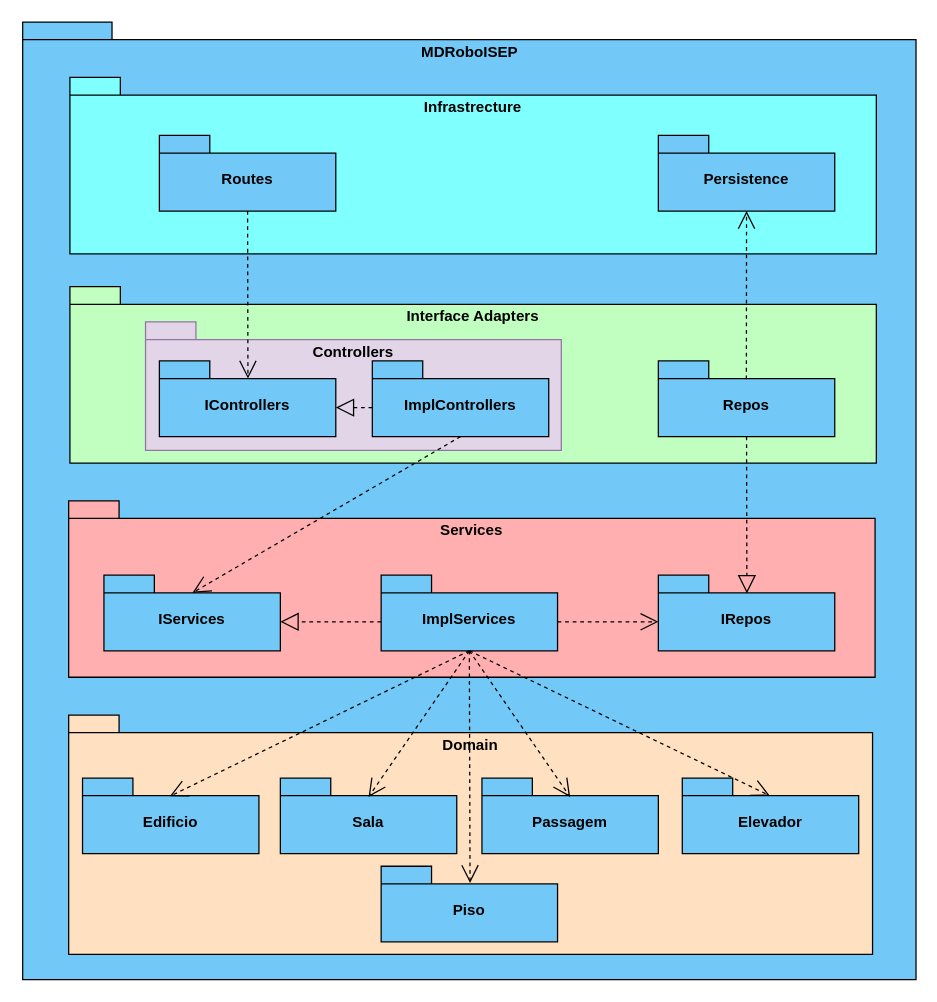
SEM5PI2324G58/sem5pi_g58_23_24 keeps this draw.io diagram as docs/Sprint_A/US_230/N3/VI.drawio. Above is the earlier version. Source tidied: cells renumbered, new cells numbered last; positions are measured from the earlier drawing's top-left corner, leaving out a move shared by most shapes. Both pictures are drawn from the tidied source at 126%, with x=0, y=0 at pixel (21, 21).
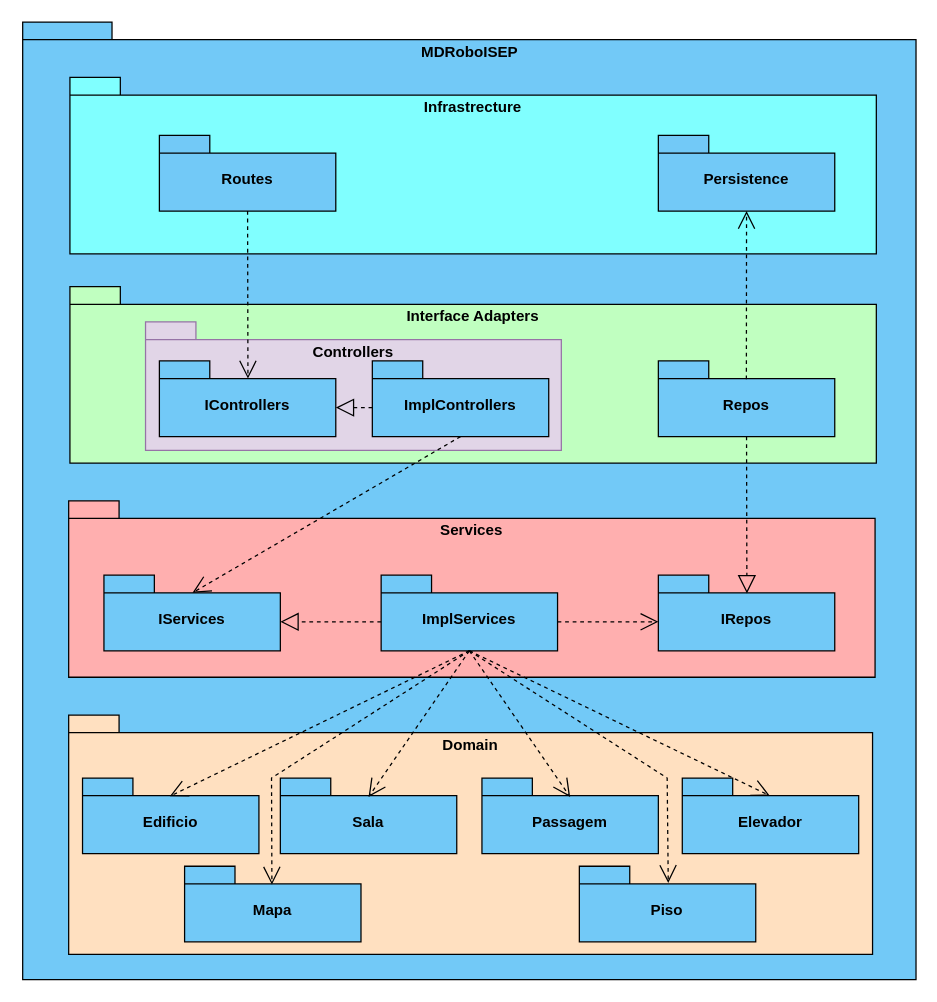
The same diagram, later.

The change refers to these unchanged cells:
```xml
<mxCell id="14" value="ImplServices" style="shape=folder;fontStyle=1;spacingTop=10;tabWidth=40;tabHeight=14;tabPosition=left;html=1;whiteSpace=wrap;fillColor=#72C9F7;" parent="1" vertex="1">
  <mxGeometry x="285" y="439" width="140" height="60" as="geometry" />
</mxCell>
```

What changed in the source:
```diff
@@
     <mxCell id="31" value="Piso" style="shape=folder;fontStyle=1;spacingTop=10;tabWidth=40;tabHeight=14;tabPosition=left;html=1;whiteSpace=wrap;fillColor=#72C9F7;" parent="1" vertex="1">
-      <mxGeometry x="285" y="670" width="140" height="60" as="geometry" />
+      <mxGeometry x="442.3" y="670" width="140" height="60" as="geometry" />
     </mxCell>
     <mxCell id="32" style="endArrow=open;endSize=12;dashed=1;html=1;rounded=0;exitX=0.5;exitY=1;exitDx=0;exitDy=0;exitPerimeter=0;entryX=0.504;entryY=0.221;entryDx=0;entryDy=0;entryPerimeter=0;" parent="1" edge="1" source="14" target="31">
-      <mxGeometry x="-0.05" y="43" relative="1" as="geometry" />
+      <mxGeometry x="-0.05" y="43" relative="1" as="geometry">
+        <Array as="points">
+          <mxPoint x="512" y="600" />
+        </Array>
+      </mxGeometry>
     </mxCell>
+    <mxCell id="33" value="Mapa" style="shape=folder;fontStyle=1;spacingTop=10;tabWidth=40;tabHeight=14;tabPosition=left;html=1;whiteSpace=wrap;fillColor=#72C9F7;" parent="1" vertex="1">
+      <mxGeometry x="129" y="670" width="140" height="60" as="geometry" />
+    </mxCell>
+    <mxCell id="34" style="endArrow=open;endSize=12;dashed=1;html=1;rounded=0;entryX=0.495;entryY=0.243;entryDx=0;entryDy=0;entryPerimeter=0;exitX=0.5;exitY=1;exitDx=0;exitDy=0;exitPerimeter=0;" parent="1" edge="1" source="14" target="33">
+      <mxGeometry x="-0.05" y="43" relative="1" as="geometry">
+        <Array as="points">
+          <mxPoint x="198" y="600" />
+        </Array>
+      </mxGeometry>
+    </mxCell>
```
